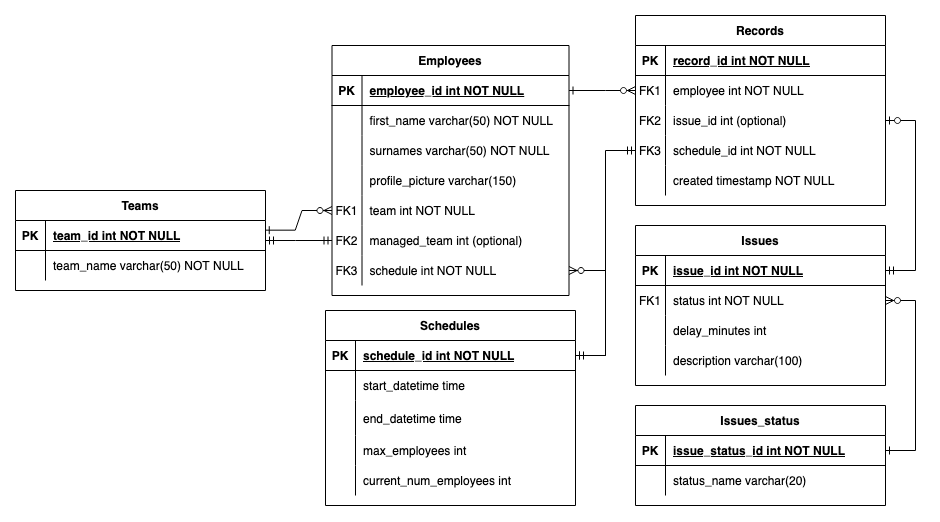
Earlier version of the draw.io export images/schedule-whiz-db.png (uma-dev/schedule-whiz). Source tidied: cells renumbered, new cells last; positions are measured from the earlier drawing's top-left corner, leaving out a move shared by most shapes.
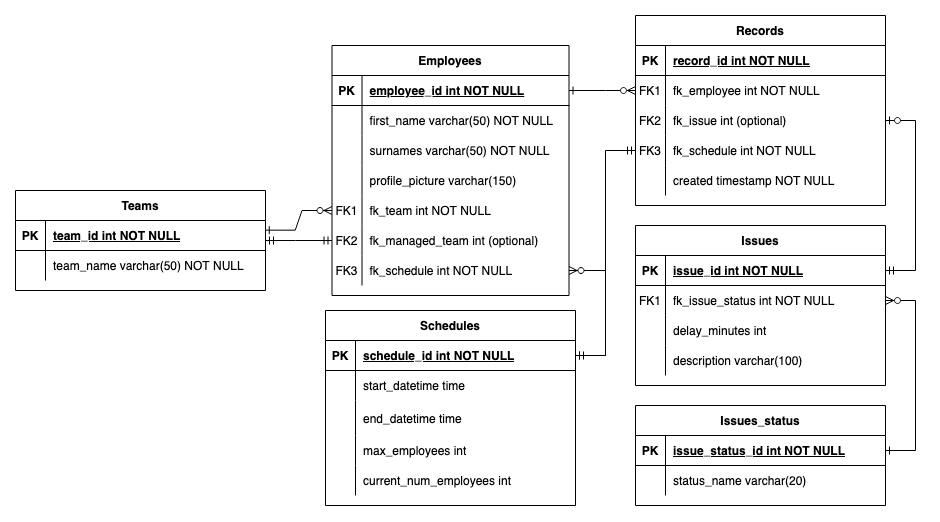
After the commit.

Commit message:
Updated DDL and database ERD

Change to the diagram source:
```diff
@@ -20,7 +20,7 @@
     <mxCell id="7" value="FK1" style="shape=partialRectangle;overflow=hidden;fillColor=none;top=0;left=0;bottom=0;right=0;labelBackgroundColor=none;rounded=0;" parent="6" vertex="1">
       <mxGeometry width="30" height="30" as="geometry" />
     </mxCell>
-    <mxCell id="8" value="employee int NOT NULL" style="shape=partialRectangle;overflow=hidden;fillColor=none;top=0;left=0;bottom=0;right=0;align=left;spacingLeft=6;labelBackgroundColor=none;rounded=0;" parent="6" vertex="1">
+    <mxCell id="8" value="fk_employee int NOT NULL" style="shape=partialRectangle;overflow=hidden;fillColor=none;top=0;left=0;bottom=0;right=0;align=left;spacingLeft=6;labelBackgroundColor=none;rounded=0;" parent="6" vertex="1">
       <mxGeometry x="30" width="220" height="30" as="geometry" />
     </mxCell>
     <mxCell id="9" style="shape=partialRectangle;fillColor=none;points=[[0,0.5],[1,0.5]];portConstraint=eastwest;top=0;left=0;right=0;bottom=0;labelBackgroundColor=none;rounded=0;" parent="2" vertex="1">
@@ -29,7 +29,7 @@
     <mxCell id="10" value="FK2" style="shape=partialRectangle;overflow=hidden;fillColor=none;top=0;left=0;bottom=0;right=0;labelBackgroundColor=none;rounded=0;" parent="9" vertex="1">
       <mxGeometry width="30" height="30" as="geometry" />
     </mxCell>
-    <mxCell id="11" value="issue_id int (optional)" style="shape=partialRectangle;overflow=hidden;fillColor=none;top=0;left=0;bottom=0;right=0;align=left;spacingLeft=6;labelBackgroundColor=none;rounded=0;" parent="9" vertex="1">
+    <mxCell id="11" value="fk_issue int (optional)" style="shape=partialRectangle;overflow=hidden;fillColor=none;top=0;left=0;bottom=0;right=0;align=left;spacingLeft=6;labelBackgroundColor=none;rounded=0;" parent="9" vertex="1">
       <mxGeometry x="30" width="220" height="30" as="geometry" />
     </mxCell>
     <mxCell id="12" style="shape=partialRectangle;fillColor=none;points=[[0,0.5],[1,0.5]];portConstraint=eastwest;top=0;left=0;right=0;bottom=0;labelBackgroundColor=none;rounded=0;" parent="2" vertex="1">
@@ -38,7 +38,7 @@
     <mxCell id="13" value="FK3" style="shape=partialRectangle;overflow=hidden;fillColor=none;top=0;left=0;bottom=0;right=0;labelBackgroundColor=none;rounded=0;" parent="12" vertex="1">
       <mxGeometry width="30" height="30" as="geometry" />
     </mxCell>
-    <mxCell id="14" value="schedule_id int NOT NULL" style="shape=partialRectangle;overflow=hidden;fillColor=none;top=0;left=0;bottom=0;right=0;align=left;spacingLeft=6;labelBackgroundColor=none;rounded=0;" parent="12" vertex="1">
+    <mxCell id="14" value="fk_schedule int NOT NULL" style="shape=partialRectangle;overflow=hidden;fillColor=none;top=0;left=0;bottom=0;right=0;align=left;spacingLeft=6;labelBackgroundColor=none;rounded=0;" parent="12" vertex="1">
       <mxGeometry x="30" width="220" height="30" as="geometry" />
     </mxCell>
     <mxCell id="15" style="shape=partialRectangle;fillColor=none;top=0;left=0;right=0;bottom=0;labelBackgroundColor=none;rounded=0;" parent="2" vertex="1">
@@ -116,7 +116,7 @@
     <mxCell id="39" value="FK1" style="shape=partialRectangle;overflow=hidden;fillColor=none;top=0;left=0;bottom=0;right=0;labelBackgroundColor=none;rounded=0;" parent="38" vertex="1">
       <mxGeometry width="30" height="30" as="geometry" />
     </mxCell>
-    <mxCell id="40" value="team int NOT NULL" style="shape=partialRectangle;overflow=hidden;fillColor=none;top=0;left=0;bottom=0;right=0;align=left;spacingLeft=6;labelBackgroundColor=none;rounded=0;" parent="38" vertex="1">
+    <mxCell id="40" value="fk_team int NOT NULL" style="shape=partialRectangle;overflow=hidden;fillColor=none;top=0;left=0;bottom=0;right=0;align=left;spacingLeft=6;labelBackgroundColor=none;rounded=0;" parent="38" vertex="1">
       <mxGeometry x="30" width="207" height="30" as="geometry" />
     </mxCell>
     <mxCell id="41" style="shape=partialRectangle;fillColor=none;points=[[0,0.5],[1,0.5]];portConstraint=eastwest;top=0;left=0;right=0;bottom=0;labelBackgroundColor=none;rounded=0;" parent="25" vertex="1">
@@ -125,7 +125,7 @@
     <mxCell id="42" value="FK2" style="shape=partialRectangle;overflow=hidden;fillColor=none;top=0;left=0;bottom=0;right=0;labelBackgroundColor=none;rounded=0;" parent="41" vertex="1">
       <mxGeometry width="30" height="30" as="geometry" />
     </mxCell>
-    <mxCell id="43" value="managed_team int (optional)" style="shape=partialRectangle;overflow=hidden;fillColor=none;top=0;left=0;bottom=0;right=0;align=left;spacingLeft=6;labelBackgroundColor=none;rounded=0;" parent="41" vertex="1">
+    <mxCell id="43" value="fk_managed_team int (optional)" style="shape=partialRectangle;overflow=hidden;fillColor=none;top=0;left=0;bottom=0;right=0;align=left;spacingLeft=6;labelBackgroundColor=none;rounded=0;" parent="41" vertex="1">
       <mxGeometry x="30" width="207" height="30" as="geometry" />
     </mxCell>
     <mxCell id="44" style="shape=partialRectangle;fillColor=none;points=[[0,0.5],[1,0.5]];portConstraint=eastwest;top=0;left=0;right=0;bottom=0;labelBackgroundColor=none;rounded=0;" parent="25" vertex="1">
@@ -134,7 +134,7 @@
     <mxCell id="45" value="FK3" style="shape=partialRectangle;overflow=hidden;fillColor=none;top=0;left=0;bottom=0;right=0;labelBackgroundColor=none;rounded=0;" parent="44" vertex="1">
       <mxGeometry width="30" height="30" as="geometry" />
     </mxCell>
-    <mxCell id="46" value="schedule int NOT NULL" style="shape=partialRectangle;overflow=hidden;fillColor=none;top=0;left=0;bottom=0;right=0;align=left;spacingLeft=6;labelBackgroundColor=none;rounded=0;" parent="44" vertex="1">
+    <mxCell id="46" value="fk_schedule int NOT NULL" style="shape=partialRectangle;overflow=hidden;fillColor=none;top=0;left=0;bottom=0;right=0;align=left;spacingLeft=6;labelBackgroundColor=none;rounded=0;" parent="44" vertex="1">
       <mxGeometry x="30" width="207" height="30" as="geometry" />
     </mxCell>
     <mxCell id="47" value="Schedules" style="shape=table;startSize=30;rowLines=0;fontStyle=1;align=center;labelBackgroundColor=none;rounded=0;" parent="1" vertex="1">
@@ -217,7 +217,7 @@
     <mxCell id="71" value="FK1" style="shape=partialRectangle;overflow=hidden;fillColor=none;top=0;left=0;bottom=0;right=0;labelBackgroundColor=none;rounded=0;" parent="70" vertex="1">
       <mxGeometry width="30" height="30" as="geometry" />
     </mxCell>
-    <mxCell id="72" value="status int NOT NULL" style="shape=partialRectangle;overflow=hidden;fillColor=none;top=0;left=0;bottom=0;right=0;align=left;spacingLeft=6;labelBackgroundColor=none;rounded=0;" parent="70" vertex="1">
+    <mxCell id="72" value="fk_issue_status int NOT NULL" style="shape=partialRectangle;overflow=hidden;fillColor=none;top=0;left=0;bottom=0;right=0;align=left;spacingLeft=6;labelBackgroundColor=none;rounded=0;" parent="70" vertex="1">
       <mxGeometry x="30" width="220" height="30" as="geometry" />
     </mxCell>
     <mxCell id="73" style="shape=partialRectangle;fillColor=none;top=0;left=0;right=0;bottom=0;labelBackgroundColor=none;rounded=0;" parent="66" vertex="1">
```
